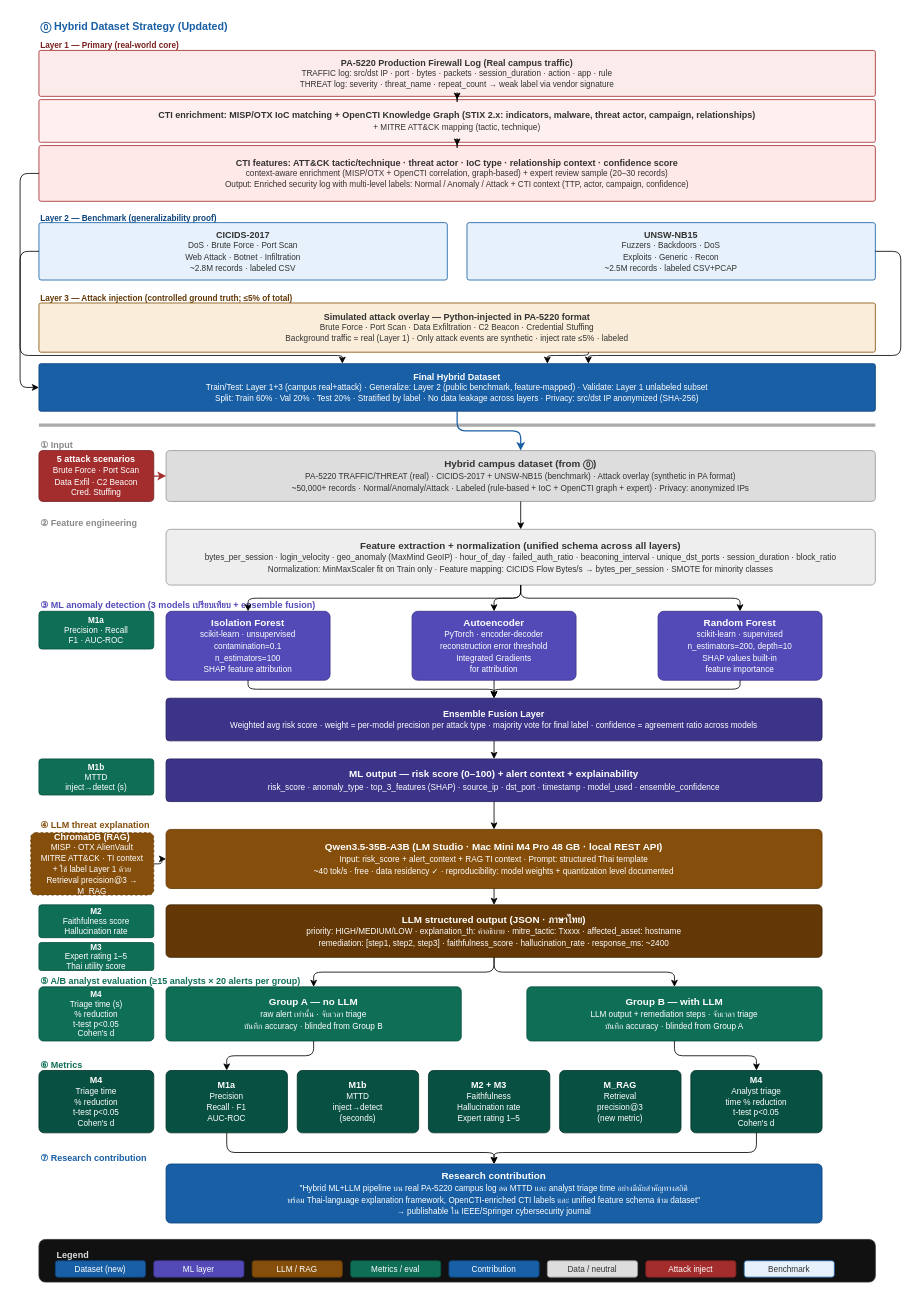
The draw.io diagram diagrams/thesis_ml_llm_pipeline_v3.drawio in TeerapongP/SOC-Lab-AI-Intelligence-Layer, before the edit. Source tidied: cells renumbered, new cells numbered last; positions are measured from the earlier drawing's top-left corner, leaving out a move shared by most shapes. Both pictures are drawn from the tidied source at 82%, with x=0, y=0 at pixel (20, 14).
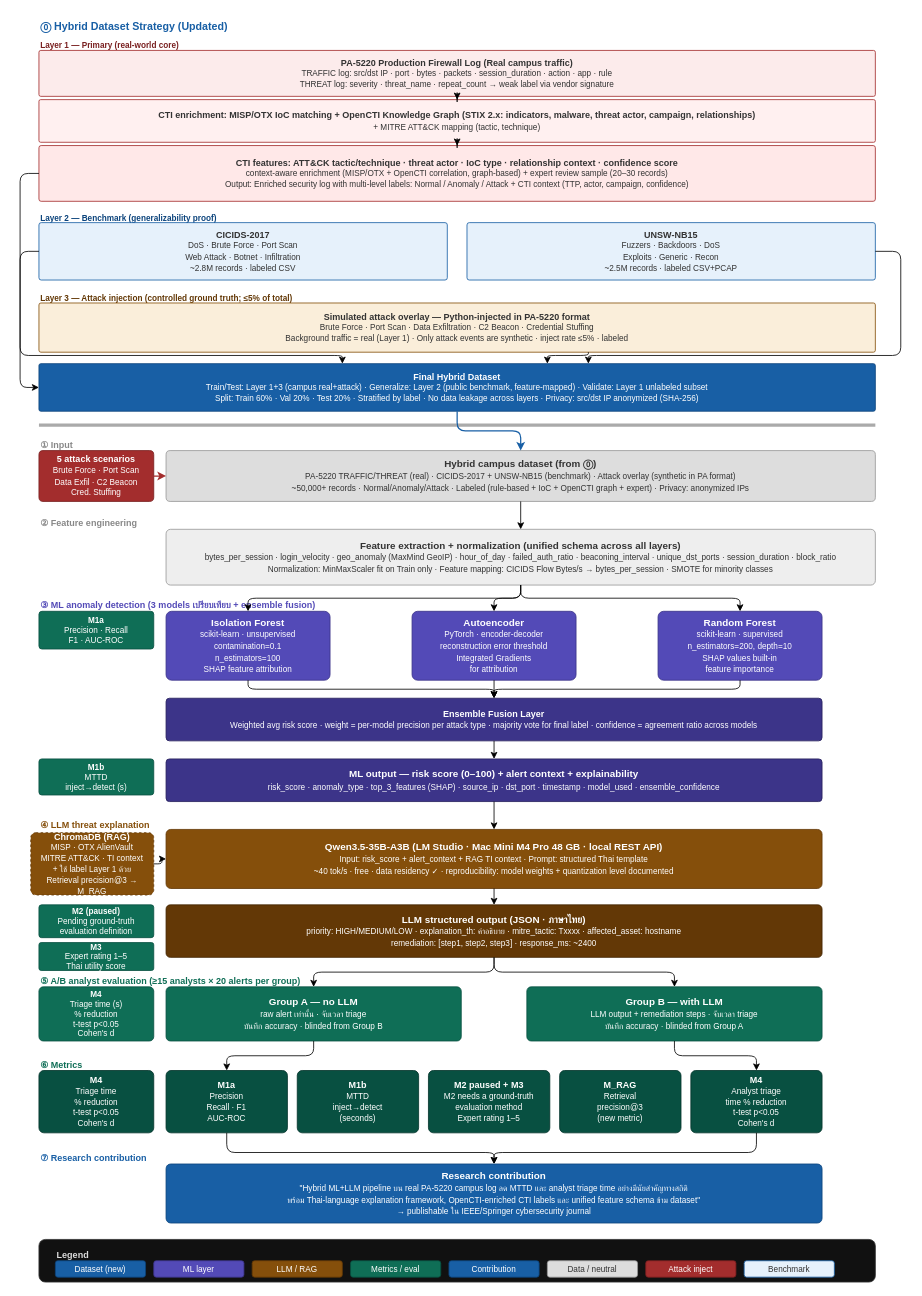
After the change.

What changed in the source:
```diff
@@
-    <mxCell id="46" value="&lt;b&gt;LLM structured output  (JSON · ภาษาไทย)&lt;/b&gt;&lt;br/&gt;&lt;font style='font-size:10px'&gt;priority: HIGH/MEDIUM/LOW · explanation_th: คำอธิบาย · mitre_tactic: Txxxx · affected_asset: hostname&lt;br/&gt;remediation: [step1, step2, step3] · faithfulness_score · hallucination_rate · response_ms: ~2400&lt;/font&gt;" style="rounded=1;whiteSpace=wrap;html=1;fillColor=#633806;strokeColor=#412402;fontColor=#ffffff;fontSize=12;arcSize=8;" parent="1" vertex="1">
+    <mxCell id="46" value="&lt;b&gt;LLM structured output  (JSON · ภาษาไทย)&lt;/b&gt;&lt;br/&gt;&lt;font style='font-size:10px'&gt;priority: HIGH/MEDIUM/LOW · explanation_th: คำอธิบาย · mitre_tactic: Txxxx · affected_asset: hostname&lt;br/&gt;remediation: [step1, step2, step3] · response_ms: ~2400&lt;/font&gt;" style="rounded=1;whiteSpace=wrap;html=1;fillColor=#633806;strokeColor=#412402;fontColor=#ffffff;fontSize=12;arcSize=8;" parent="1" vertex="1">
       <mxGeometry x="178" y="1086" width="800" height="64" as="geometry" />
     </mxCell>
-    <mxCell id="47" value="&lt;b&gt;M2&lt;/b&gt;&lt;br/&gt;Faithfulness score&lt;br/&gt;Hallucination rate" style="rounded=1;whiteSpace=wrap;html=1;fillColor=#0F6E56;strokeColor=#085041;fontColor=#ffffff;fontSize=10;arcSize=8;" parent="1" vertex="1">
+    <mxCell id="47" value="&lt;b&gt;M2 (paused)&lt;/b&gt;&lt;br/&gt;Pending ground-truth evaluation definition" style="rounded=1;whiteSpace=wrap;html=1;fillColor=#0F6E56;strokeColor=#085041;fontColor=#ffffff;fontSize=10;arcSize=8;" parent="1" vertex="1">
       <mxGeometry x="23" y="1086" width="140" height="40" as="geometry" />
     </mxCell>
@@
-    <mxCell id="62" value="&lt;b&gt;M2 + M3&lt;/b&gt;&lt;br/&gt;&lt;font style='font-size:10px'&gt;Faithfulness&lt;br/&gt;Hallucination rate&lt;br/&gt;Expert rating 1–5&lt;/font&gt;" style="rounded=1;whiteSpace=wrap;html=1;fillColor=#085041;strokeColor=#04342C;fontColor=#ffffff;fontSize=11;arcSize=8;" parent="1" vertex="1">
+    <mxCell id="62" value="&lt;b&gt;M2 paused + M3&lt;/b&gt;&lt;br/&gt;&lt;font style='font-size:10px'&gt;M2 needs a ground-truth evaluation method&lt;br/&gt;Expert rating 1–5&lt;/font&gt;" style="rounded=1;whiteSpace=wrap;html=1;fillColor=#085041;strokeColor=#04342C;fontColor=#ffffff;fontSize=11;arcSize=8;" parent="1" vertex="1">
       <mxGeometry x="498" y="1288" width="148" height="76" as="geometry" />
     </mxCell>
```
